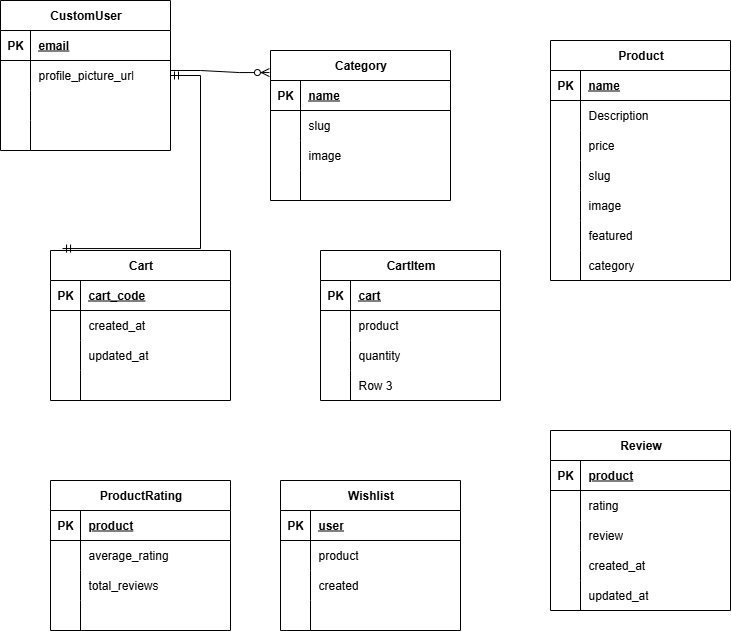
This is Project Nexus ERD.drawio.png from Amandecoe/Ecommerce-REST-API, a draw.io export, as it was before one commit. Source tidied: cells renumbered, new cells last; positions are measured from the earlier drawing's top-left corner, leaving out a move shared by most shapes.
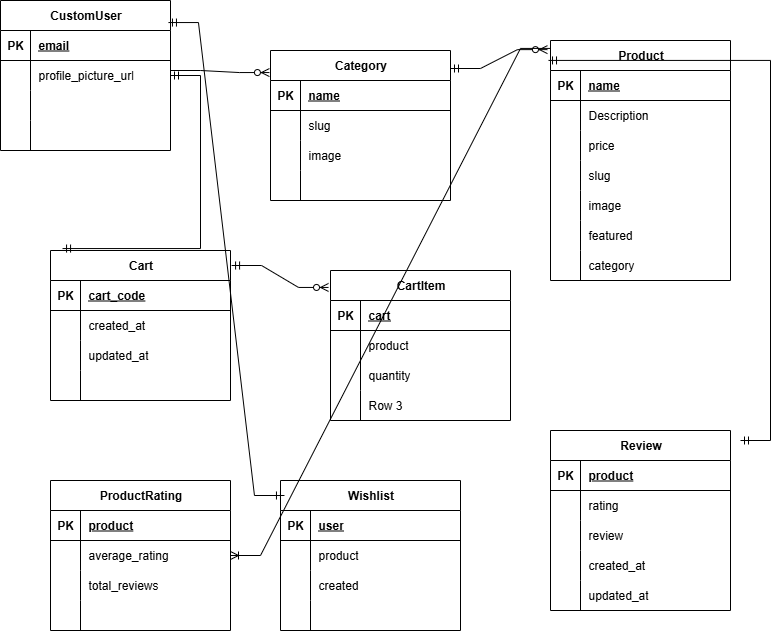
The same diagram one commit later.

What changed in the source:
```diff
@@ -186,7 +186,7 @@
       <mxGeometry x="30" width="150" height="30" as="geometry" />
     </mxCell>
     <mxCell id="63" value="CartItem" style="shape=table;startSize=30;rowLines=0;fontStyle=1;align=center;html=1;" parent="1" vertex="1">
-      <mxGeometry x="320" y="250" width="180" height="150" as="geometry" />
+      <mxGeometry x="330" y="270" width="180" height="150" as="geometry" />
     </mxCell>
     <mxCell id="64" style="shape=tableRow;horizontal=0;startSize=0;swimlaneHead=0;swimlaneBody=0;fillColor=none;top=0;left=0;right=0;bottom=1;" parent="63" vertex="1">
       <mxGeometry y="30" width="180" height="30" as="geometry" />
@@ -358,5 +358,22 @@
     <mxCell id="119" style="edgeStyle=entityRelationEdgeStyle;fontSize=12;html=1;endArrow=ERmandOne;startArrow=ERmandOne;rounded=0;entryX=0.067;entryY=-0.013;entryDx=0;entryDy=0;entryPerimeter=0;" parent="1" edge="1" source="2" target="50">
       <mxGeometry relative="1" as="geometry" />
     </mxCell>
+    <mxCell id="120" style="edgeStyle=entityRelationEdgeStyle;fontSize=12;html=1;endArrow=ERzeroToMany;startArrow=ERmandOne;rounded=0;exitX=1.006;exitY=0.1;exitDx=0;exitDy=0;exitPerimeter=0;entryX=-0.011;entryY=0.113;entryDx=0;entryDy=0;entryPerimeter=0;" parent="1" edge="1" source="50" target="63">
+      <mxGeometry relative="1" as="geometry" />
+    </mxCell>
+    <mxCell id="121" style="edgeStyle=entityRelationEdgeStyle;fontSize=12;html=1;endArrow=ERzeroToMany;startArrow=ERmandOne;rounded=0;exitX=1;exitY=0.12;exitDx=0;exitDy=0;exitPerimeter=0;entryX=-0.017;entryY=0.038;entryDx=0;entryDy=0;entryPerimeter=0;" parent="1" edge="1" source="15" target="28">
+      <mxGeometry relative="1" as="geometry" />
+    </mxCell>
+    <mxCell id="122" style="edgeStyle=entityRelationEdgeStyle;fontSize=12;html=1;endArrow=ERmandOne;startArrow=ERmandOne;rounded=0;entryX=-0.011;entryY=0.083;entryDx=0;entryDy=0;entryPerimeter=0;" parent="1" edge="1" target="28">
+      <mxGeometry relative="1" as="geometry">
+        <mxPoint x="740" y="440" as="sourcePoint" />
+      </mxGeometry>
+    </mxCell>
+    <mxCell id="123" style="edgeStyle=entityRelationEdgeStyle;fontSize=12;html=1;endArrow=ERoneToMany;rounded=0;exitX=0;exitY=0.033;exitDx=0;exitDy=0;exitPerimeter=0;" parent="1" edge="1" source="28" target="92">
+      <mxGeometry relative="1" as="geometry" />
+    </mxCell>
+    <mxCell id="124" style="edgeStyle=entityRelationEdgeStyle;fontSize=12;html=1;endArrow=ERmandOne;startArrow=ERmandOne;rounded=0;exitX=0.988;exitY=0.147;exitDx=0;exitDy=0;exitPerimeter=0;entryX=0.022;entryY=0.1;entryDx=0;entryDy=0;entryPerimeter=0;" parent="1" edge="1" source="2" target="105">
+      <mxGeometry relative="1" as="geometry" />
+    </mxCell>
   </root>
 </mxGraphModel>
```
